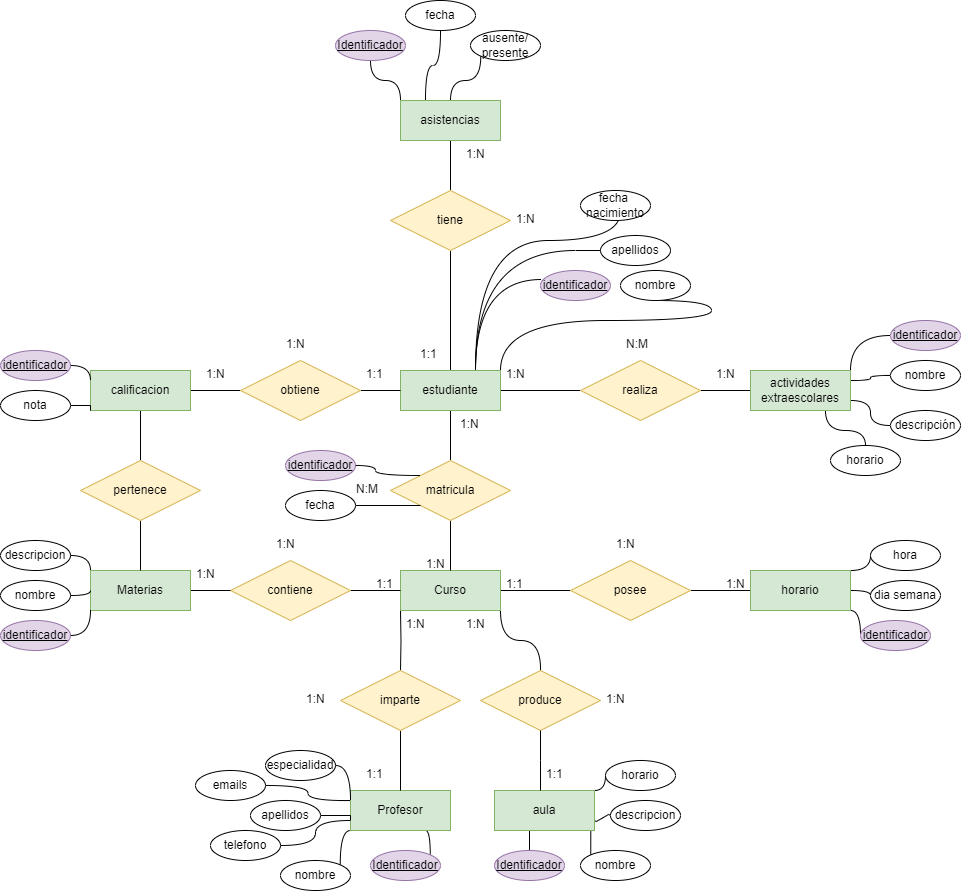
Above: Unidad-1/Tareas/Tarea-8/tarea8.drawio.png in jdrguez/2-Daw (draw.io), before the change. Source tidied: cells renumbered, new cells last; positions are measured from the earlier drawing's top-left corner, leaving out a move shared by most shapes.
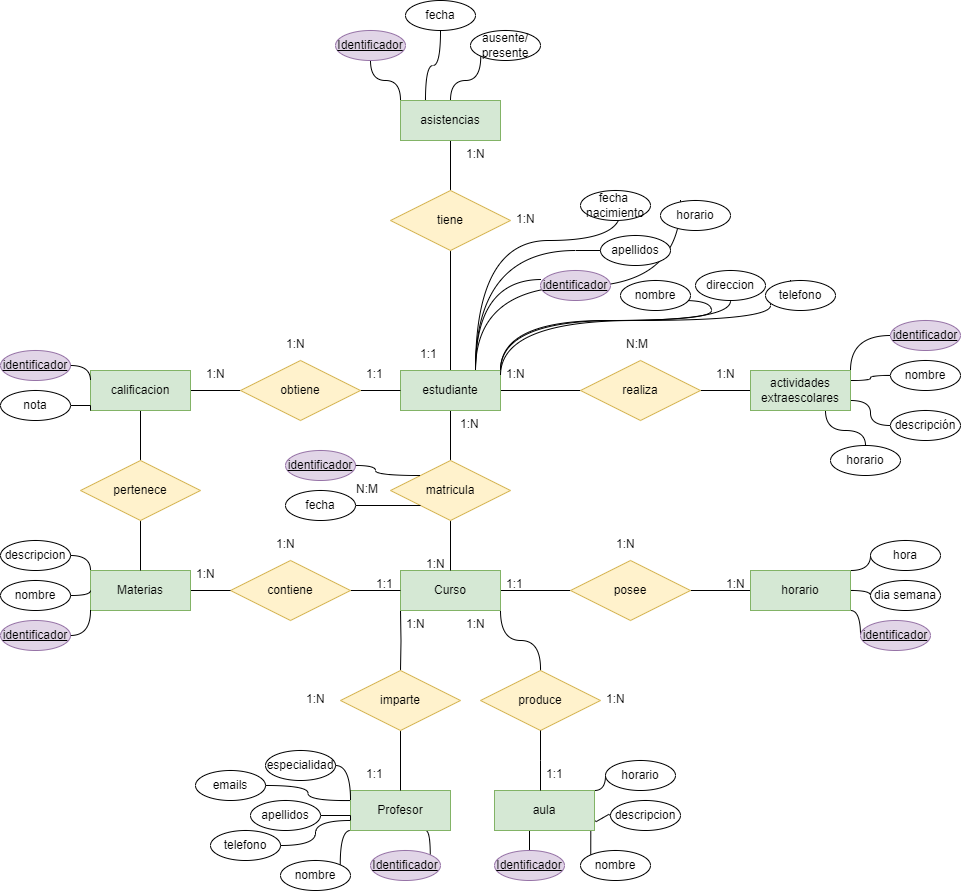
The same diagram one commit later.

Change to the diagram source:
```diff
@@ -48,6 +48,23 @@
         </Array>
       </mxGeometry>
     </mxCell>
+    <mxCell id="124" style="edgeStyle=orthogonalEdgeStyle;rounded=0;jettySize=auto;html=1;exitX=1;exitY=0;exitDx=0;exitDy=0;curved=1;endArrow=none;endFill=0;entryX=0.5;entryY=1;entryDx=0;entryDy=0;" parent="1" edge="1" source="12" target="127">
+      <mxGeometry relative="1" as="geometry">
+        <Array as="points">
+          <mxPoint x="500" y="320" />
+          <mxPoint x="731" y="320" />
+        </Array>
+      </mxGeometry>
+    </mxCell>
+    <mxCell id="125" style="edgeStyle=orthogonalEdgeStyle;rounded=0;jettySize=auto;html=1;exitX=0.75;exitY=0;exitDx=0;exitDy=0;curved=1;endArrow=none;endFill=0;" parent="1" edge="1" source="12">
+      <mxGeometry relative="1" as="geometry">
+        <mxPoint x="680" y="200" as="targetPoint" />
+        <Array as="points">
+          <mxPoint x="475" y="286" />
+          <mxPoint x="681" y="286" />
+        </Array>
+      </mxGeometry>
+    </mxCell>
     <mxCell id="12" value="estudiante" style="whiteSpace=wrap;html=1;align=center;fillColor=#d5e8d4;strokeColor=#82b366;" parent="1" vertex="1">
       <mxGeometry x="400" y="370" width="100" height="40" as="geometry" />
     </mxCell>
@@ -230,6 +247,17 @@
     <mxCell id="71" value="1:N" style="text;strokeColor=none;fillColor=none;spacingLeft=4;spacingRight=4;overflow=hidden;fontSize=12;whiteSpace=wrap;html=1;" parent="1" vertex="1">
       <mxGeometry x="280" y="330" width="40" height="30" as="geometry" />
     </mxCell>
+    <mxCell id="126" style="edgeStyle=orthogonalEdgeStyle;rounded=0;jettySize=auto;html=1;exitX=0;exitY=0.5;exitDx=0;exitDy=0;curved=1;endArrow=none;endFill=0;" parent="1" edge="1" source="72">
+      <mxGeometry relative="1" as="geometry">
+        <mxPoint x="790" y="280" as="targetPoint" />
+        <Array as="points">
+          <mxPoint x="500" y="320" />
+          <mxPoint x="770" y="320" />
+          <mxPoint x="770" y="290" />
+          <mxPoint x="790" y="290" />
+        </Array>
+      </mxGeometry>
+    </mxCell>
     <mxCell id="72" value="1:N" style="text;strokeColor=none;fillColor=none;spacingLeft=4;spacingRight=4;overflow=hidden;points=[[0,0.5],[1,0.5]];portConstraint=eastwest;fontSize=12;whiteSpace=wrap;html=1;" parent="1" vertex="1">
       <mxGeometry x="500" y="360" width="40" height="30" as="geometry" />
     </mxCell>
@@ -377,7 +405,7 @@
       <mxGeometry x="540" y="270" width="70" height="30" as="geometry" />
     </mxCell>
     <mxCell id="120" value="nombre" style="ellipse;whiteSpace=wrap;html=1;align=center;" parent="1" vertex="1">
-      <mxGeometry x="620" y="270" width="70" height="30" as="geometry" />
+      <mxGeometry x="620" y="280" width="70" height="30" as="geometry" />
     </mxCell>
     <mxCell id="121" style="edgeStyle=orthogonalEdgeStyle;rounded=0;jettySize=auto;html=1;exitX=0.75;exitY=0;exitDx=0;exitDy=0;endArrow=none;endFill=0;curved=1;" parent="1" edge="1" source="12" target="122">
       <mxGeometry relative="1" as="geometry">
@@ -393,5 +421,14 @@
     <mxCell id="123" value="fecha&amp;nbsp;&lt;br&gt;nacimiento" style="ellipse;whiteSpace=wrap;html=1;align=center;" parent="1" vertex="1">
       <mxGeometry x="580" y="190" width="70" height="30" as="geometry" />
     </mxCell>
+    <mxCell id="127" value="direccion" style="ellipse;whiteSpace=wrap;html=1;align=center;" parent="1" vertex="1">
+      <mxGeometry x="695" y="270" width="70" height="30" as="geometry" />
+    </mxCell>
+    <mxCell id="128" value="telefono" style="ellipse;whiteSpace=wrap;html=1;align=center;" parent="1" vertex="1">
+      <mxGeometry x="765" y="280" width="70" height="30" as="geometry" />
+    </mxCell>
+    <mxCell id="129" value="horario" style="ellipse;whiteSpace=wrap;html=1;align=center;" parent="1" vertex="1">
+      <mxGeometry x="660" y="200" width="70" height="30" as="geometry" />
+    </mxCell>
   </root>
 </mxGraphModel>
```
